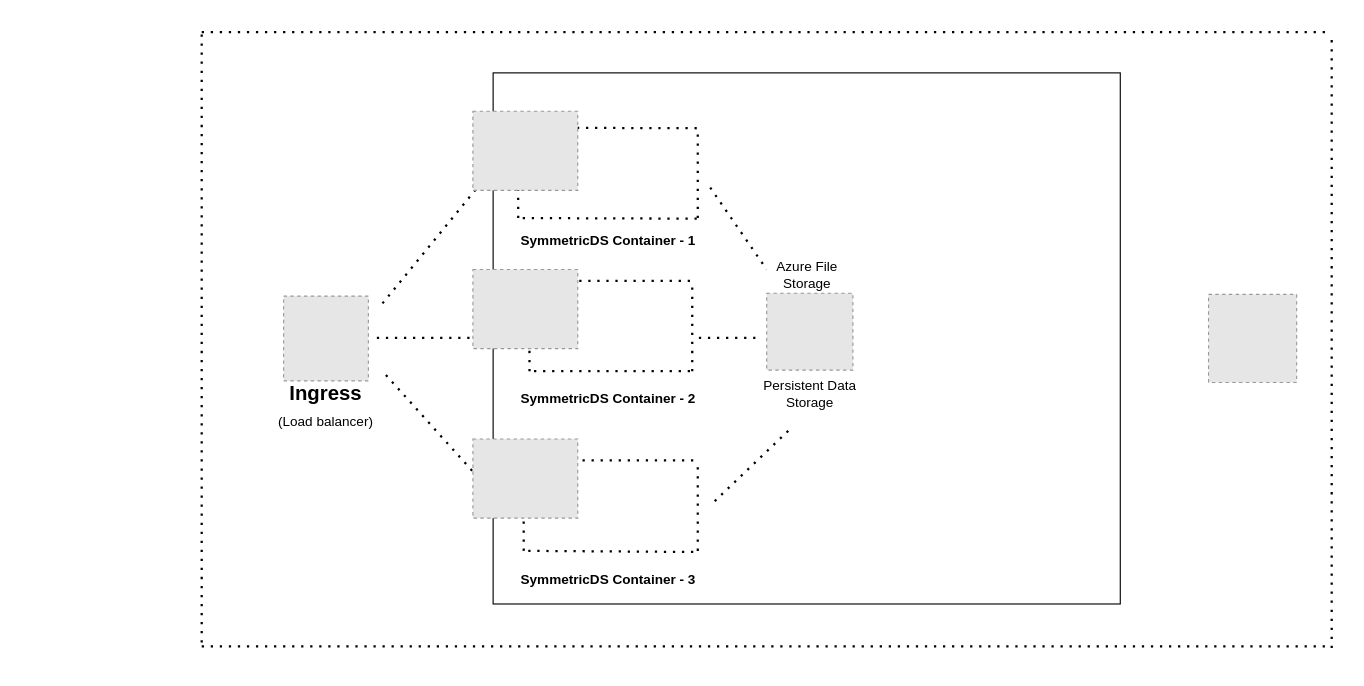
Above: Untitled Diagram.drawio in sachintak/HybrisPoc (draw.io), before the change. Source tidied: cells renumbered, new cells numbered last; positions are measured from the earlier drawing's top-left corner, leaving out a move shared by most shapes. Both pictures are drawn from the tidied source at 113%, with x=0, y=0 at pixel (201, 25). Pictures stored in the file or linked from it are replaced by grey dashed boxes.
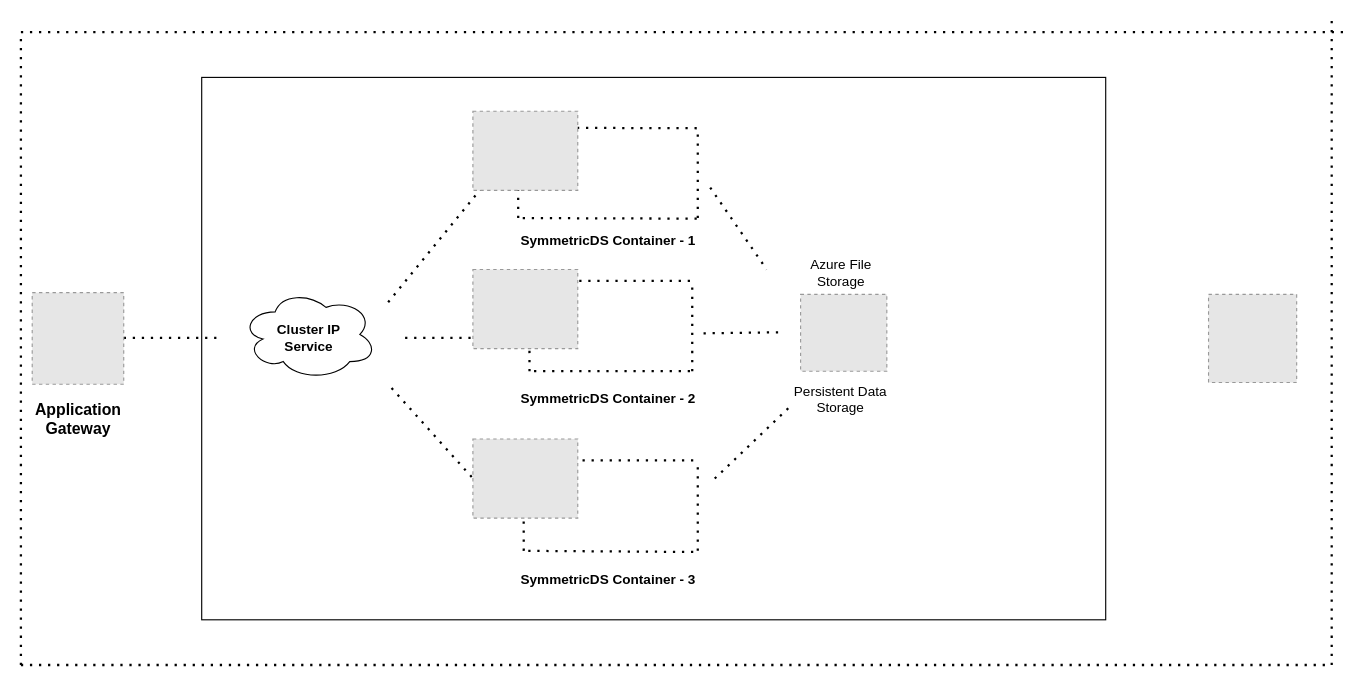
The same page after the edit.

The change refers to these unchanged cells:
```xml
<mxCell id="25" style="fillColor=#E6E6E6;strokeColor=#999999;dashed=1;verticalLabelPosition=bottom;labelBackgroundColor=default;verticalAlign=top;" parent="1" vertex="1">
  <mxGeometry x="240" y="366" width="92.8" height="70" as="geometry" />
</mxCell>
<mxCell id="27" style="fillColor=#E6E6E6;strokeColor=#999999;dashed=1;verticalLabelPosition=bottom;labelBackgroundColor=default;verticalAlign=top;" parent="1" vertex="1">
  <mxGeometry x="240" y="76" width="92.8" height="70" as="geometry" />
</mxCell>
```

Change to the diagram source:
```diff
@@
-    <mxCell id="2" style="rounded=0;whiteSpace=wrap;html=1;rotation=90;" parent="1" vertex="1">
-      <mxGeometry x="300.4" y="-0.5" width="470" height="555" as="geometry" />
-    </mxCell>
+    <mxCell id="38" style="rounded=0;whiteSpace=wrap;html=1;" parent="1" vertex="1">
+      <mxGeometry y="46" width="800" height="480" as="geometry" />
+    </mxCell>
+    <mxCell id="39" style="ellipse;shape=cloud;whiteSpace=wrap;html=1;" parent="1" vertex="1">
+      <mxGeometry x="35" y="233.5" width="120" height="80" as="geometry" />
+    </mxCell>
     <mxCell id="3" style="endArrow=none;dashed=1;html=1;dashPattern=1 3;strokeWidth=2;rounded=0;" parent="1" edge="1">
       <mxGeometry relative="1" as="geometry">
-        <mxPoint y="6" as="sourcePoint" />
-        <mxPoint x="1000" y="6" as="targetPoint" />
+        <mxPoint x="-160" y="6" as="sourcePoint" />
+        <mxPoint x="1010" y="6" as="targetPoint" />
       </mxGeometry>
     </mxCell>
     <mxCell id="4" style="endArrow=none;dashed=1;html=1;dashPattern=1 3;strokeWidth=2;rounded=0;" parent="1" edge="1">
       <mxGeometry relative="1" as="geometry">
-        <mxPoint y="549.5" as="sourcePoint" />
-        <mxPoint x="1000" y="549.5" as="targetPoint" />
+        <mxPoint x="-160" y="566" as="sourcePoint" />
+        <mxPoint x="1000" y="566" as="targetPoint" />
       </mxGeometry>
     </mxCell>
     <mxCell id="5" style="endArrow=none;dashed=1;html=1;dashPattern=1 3;strokeWidth=2;rounded=0;" parent="1" edge="1">
       <mxGeometry relative="1" as="geometry">
-        <mxPoint y="546" as="sourcePoint" />
-        <mxPoint y="6" as="targetPoint" />
+        <mxPoint x="-160" y="566" as="sourcePoint" />
+        <mxPoint x="-160" y="6" as="targetPoint" />
       </mxGeometry>
     </mxCell>
     <mxCell id="6" style="endArrow=none;dashed=1;html=1;dashPattern=1 3;strokeWidth=2;rounded=0;" parent="1" edge="1">
       <mxGeometry relative="1" as="geometry">
-        <mxPoint x="1000" y="551" as="sourcePoint" />
-        <mxPoint x="1000" y="11" as="targetPoint" />
+        <mxPoint x="1000" y="566" as="sourcePoint" />
+        <mxPoint x="1000" y="-4" as="targetPoint" />
       </mxGeometry>
     </mxCell>
@@
-    <mxCell id="19" style="endArrow=none;dashed=1;html=1;dashPattern=1 3;strokeWidth=2;rounded=0;entryX=0.108;entryY=0.857;entryDx=0;entryDy=0;entryPerimeter=0;" parent="1" edge="1" target="27">
+    <mxCell id="19" style="endArrow=none;dashed=1;html=1;dashPattern=1 3;strokeWidth=2;rounded=0;entryX=0.108;entryY=0.857;entryDx=0;entryDy=0;entryPerimeter=0;" parent="1" edge="1">
       <mxGeometry relative="1" as="geometry">
-        <mxPoint x="160" y="246" as="sourcePoint" />
+        <mxPoint x="165" y="245" as="sourcePoint" />
+        <mxPoint x="255" y="135" as="targetPoint" />
       </mxGeometry>
     </mxCell>
     <mxCell id="20" style="endArrow=none;dashed=1;html=1;dashPattern=1 3;strokeWidth=2;rounded=0;" parent="1" edge="1">
       <mxGeometry relative="1" as="geometry">
-        <mxPoint x="155" y="276.5" as="sourcePoint" />
-        <mxPoint x="255" y="276.5" as="targetPoint" />
+        <mxPoint x="180" y="276.5" as="sourcePoint" />
+        <mxPoint x="280" y="276.5" as="targetPoint" />
       </mxGeometry>
     </mxCell>
-    <mxCell id="21" style="endArrow=none;dashed=1;html=1;dashPattern=1 3;strokeWidth=2;rounded=0;exitX=0.108;exitY=0.571;exitDx=0;exitDy=0;exitPerimeter=0;" parent="1" edge="1" source="25">
+    <mxCell id="21" style="endArrow=none;dashed=1;html=1;dashPattern=1 3;strokeWidth=2;rounded=0;exitX=0.108;exitY=0.571;exitDx=0;exitDy=0;exitPerimeter=0;" parent="1" edge="1">
       <mxGeometry relative="1" as="geometry">
-        <mxPoint x="160" y="306" as="targetPoint" />
+        <mxPoint x="255" y="417.5" as="sourcePoint" />
+        <mxPoint x="165" y="317.5" as="targetPoint" />
       </mxGeometry>
     </mxCell>
@@
-    <mxCell id="28" value="&lt;b&gt;&lt;font style=&quot;font-size: 18px;&quot;&gt;Ingress&lt;/font&gt;&lt;/b&gt;" style="text;html=1;strokeColor=none;fillColor=none;align=center;verticalAlign=middle;whiteSpace=wrap;rounded=0;" parent="1" vertex="1">
-      <mxGeometry x="75" y="296" width="70" height="60" as="geometry" />
+    <mxCell id="28" value="&lt;b&gt;&lt;font style=&quot;font-size: 14px;&quot;&gt;Application Gateway&lt;/font&gt;&lt;/b&gt;" style="text;html=1;strokeColor=none;fillColor=none;align=center;verticalAlign=middle;whiteSpace=wrap;rounded=0;" parent="1" vertex="1">
+      <mxGeometry x="-144.5" y="317.5" width="70" height="60" as="geometry" />
     </mxCell>
-    <mxCell id="29" style="fillColor=#E6E6E6;strokeColor=#999999;dashed=1;verticalLabelPosition=bottom;labelBackgroundColor=default;verticalAlign=top;" parent="1" vertex="1">
-      <mxGeometry x="72.5" y="239.5" width="75" height="75" as="geometry" />
-    </mxCell>
@@
     <mxCell id="31" style="fillColor=#E6E6E6;strokeColor=#999999;dashed=1;verticalLabelPosition=bottom;labelBackgroundColor=default;verticalAlign=top;" parent="1" vertex="1">
-      <mxGeometry x="500" y="237" width="76.3" height="68" as="geometry" />
+      <mxGeometry x="530" y="238" width="76.3" height="68" as="geometry" />
     </mxCell>
     <mxCell id="32" value="Azure File Storage" style="text;html=1;strokeColor=none;fillColor=none;align=center;verticalAlign=middle;whiteSpace=wrap;rounded=0;" parent="1" vertex="1">
-      <mxGeometry x="494.5" y="206" width="81.8" height="30" as="geometry" />
+      <mxGeometry x="524.5" y="203.5" width="81.8" height="30" as="geometry" />
     </mxCell>
     <mxCell id="33" value="Persistent Data Storage" style="text;html=1;strokeColor=none;fillColor=none;align=center;verticalAlign=middle;whiteSpace=wrap;rounded=0;" parent="1" vertex="1">
-      <mxGeometry x="486.8" y="311" width="102.8" height="30" as="geometry" />
+      <mxGeometry x="514" y="316" width="102.8" height="30" as="geometry" />
     </mxCell>
@@
     <mxCell id="35" style="endArrow=none;dashed=1;html=1;dashPattern=1 3;strokeWidth=2;rounded=0;" parent="1" edge="1">
       <mxGeometry relative="1" as="geometry">
-        <mxPoint x="440" y="276.5" as="sourcePoint" />
-        <mxPoint x="493" y="276.5" as="targetPoint" />
+        <mxPoint x="-69" y="276.5" as="sourcePoint" />
+        <mxPoint x="17" y="276.5" as="targetPoint" />
       </mxGeometry>
     </mxCell>
     <mxCell id="36" style="endArrow=none;dashed=1;html=1;dashPattern=1 3;strokeWidth=2;rounded=0;entryX=0.25;entryY=1;entryDx=0;entryDy=0;" parent="1" edge="1">
       <mxGeometry relative="1" as="geometry">
-        <mxPoint x="454" y="421" as="sourcePoint" />
-        <mxPoint x="522" y="356" as="targetPoint" />
+        <mxPoint x="454" y="401" as="sourcePoint" />
+        <mxPoint x="522" y="336" as="targetPoint" />
       </mxGeometry>
     </mxCell>
-    <mxCell id="37" value="(Load balancer)" style="text;html=1;strokeColor=none;fillColor=none;align=center;verticalAlign=middle;whiteSpace=wrap;rounded=0;" parent="1" vertex="1">
-      <mxGeometry x="66.2" y="336" width="87.5" height="30" as="geometry" />
-    </mxCell>
+    <mxCell id="40" style="fillColor=#E6E6E6;strokeColor=#999999;dashed=1;verticalLabelPosition=bottom;labelBackgroundColor=default;verticalAlign=top;" parent="1" vertex="1">
+      <mxGeometry x="-150" y="236.5" width="81" height="81" as="geometry" />
+    </mxCell>
+    <mxCell id="41" value="&lt;b&gt;Cluster IP Service&lt;/b&gt;" style="text;html=1;strokeColor=none;fillColor=none;align=center;verticalAlign=middle;whiteSpace=wrap;rounded=0;" parent="1" vertex="1">
+      <mxGeometry x="50" y="262" width="90" height="30" as="geometry" />
+    </mxCell>
+    <mxCell id="42" style="endArrow=none;dashed=1;html=1;dashPattern=1 3;strokeWidth=2;rounded=0;" parent="1" edge="1">
+      <mxGeometry relative="1" as="geometry">
+        <mxPoint x="444.1" y="272.5" as="sourcePoint" />
+        <mxPoint x="514" y="271.5" as="targetPoint" />
+      </mxGeometry>
+    </mxCell>
```
